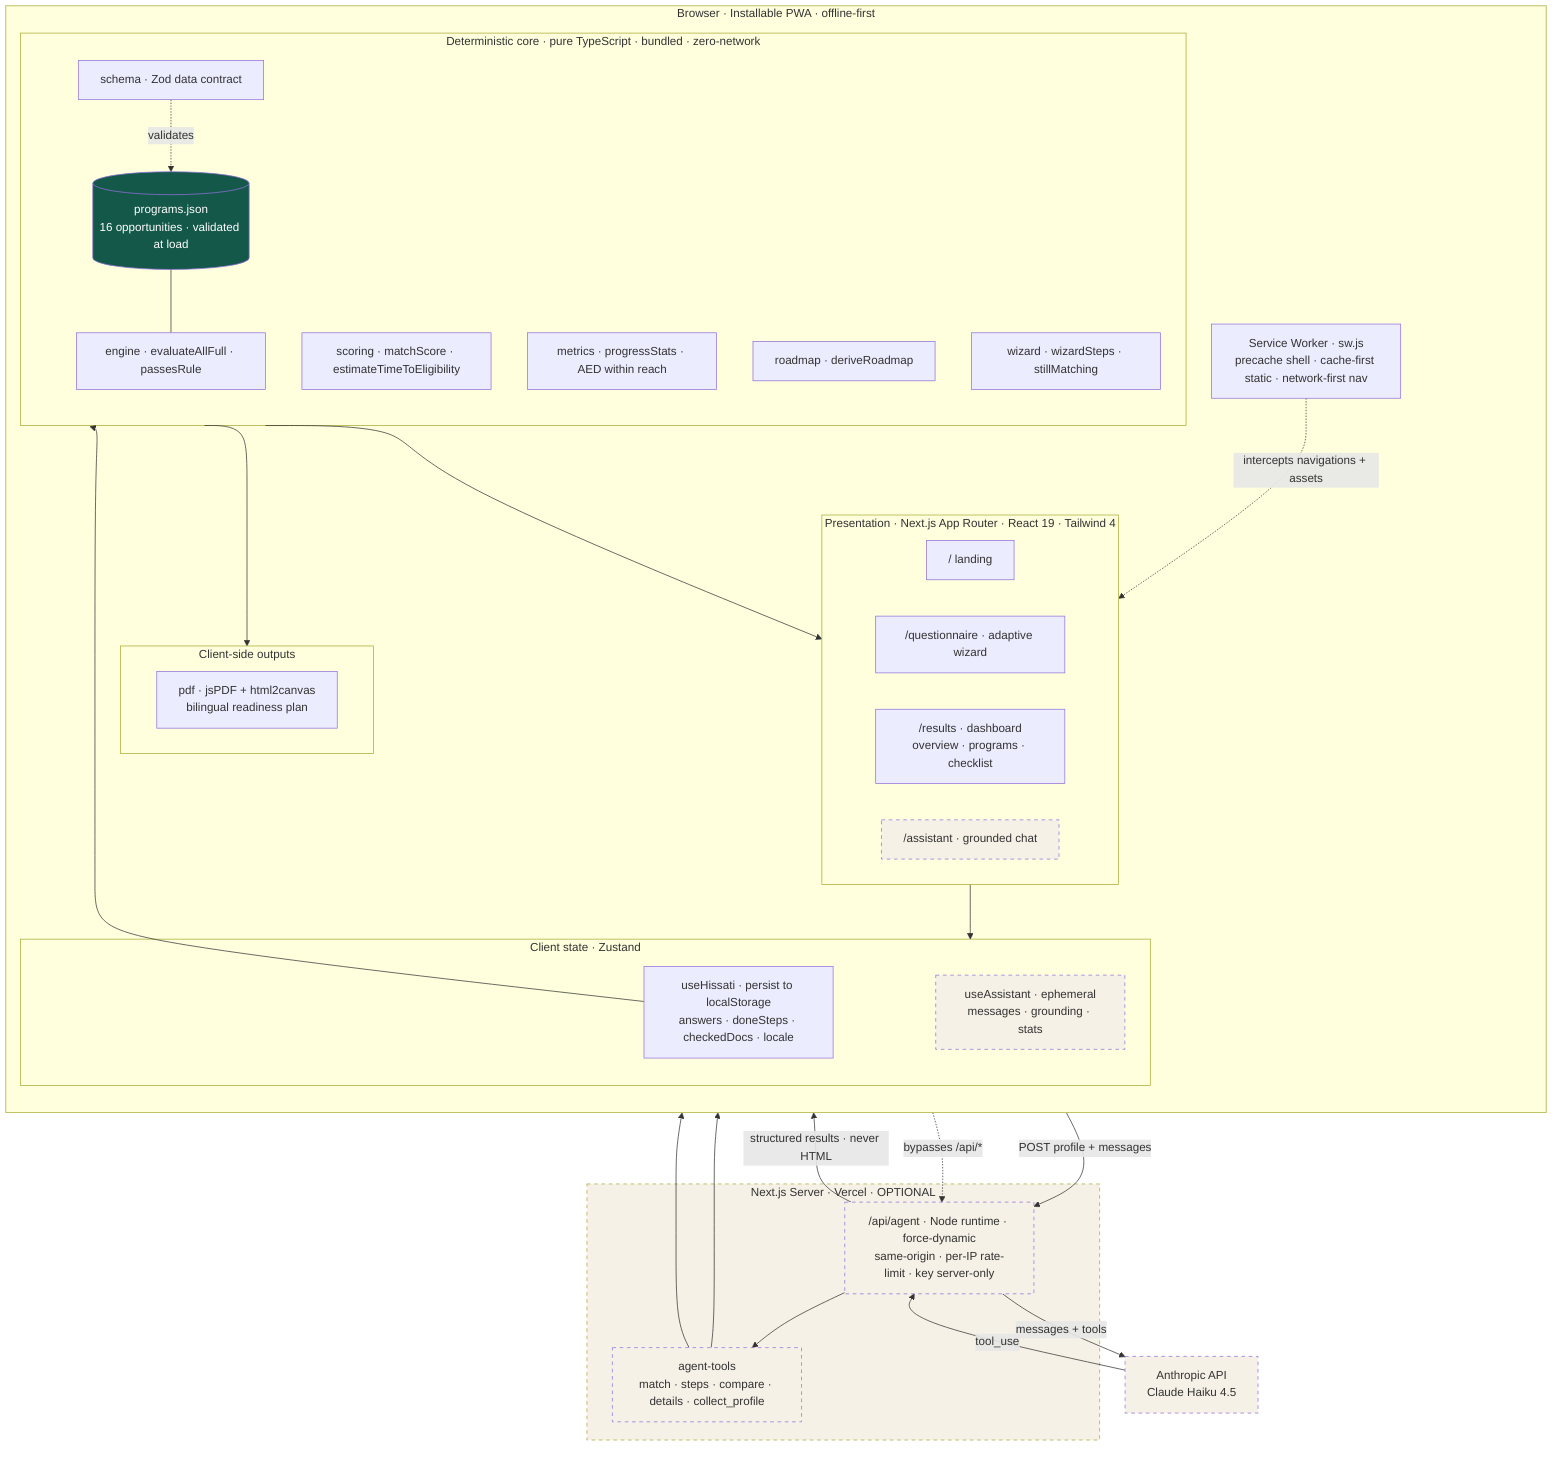
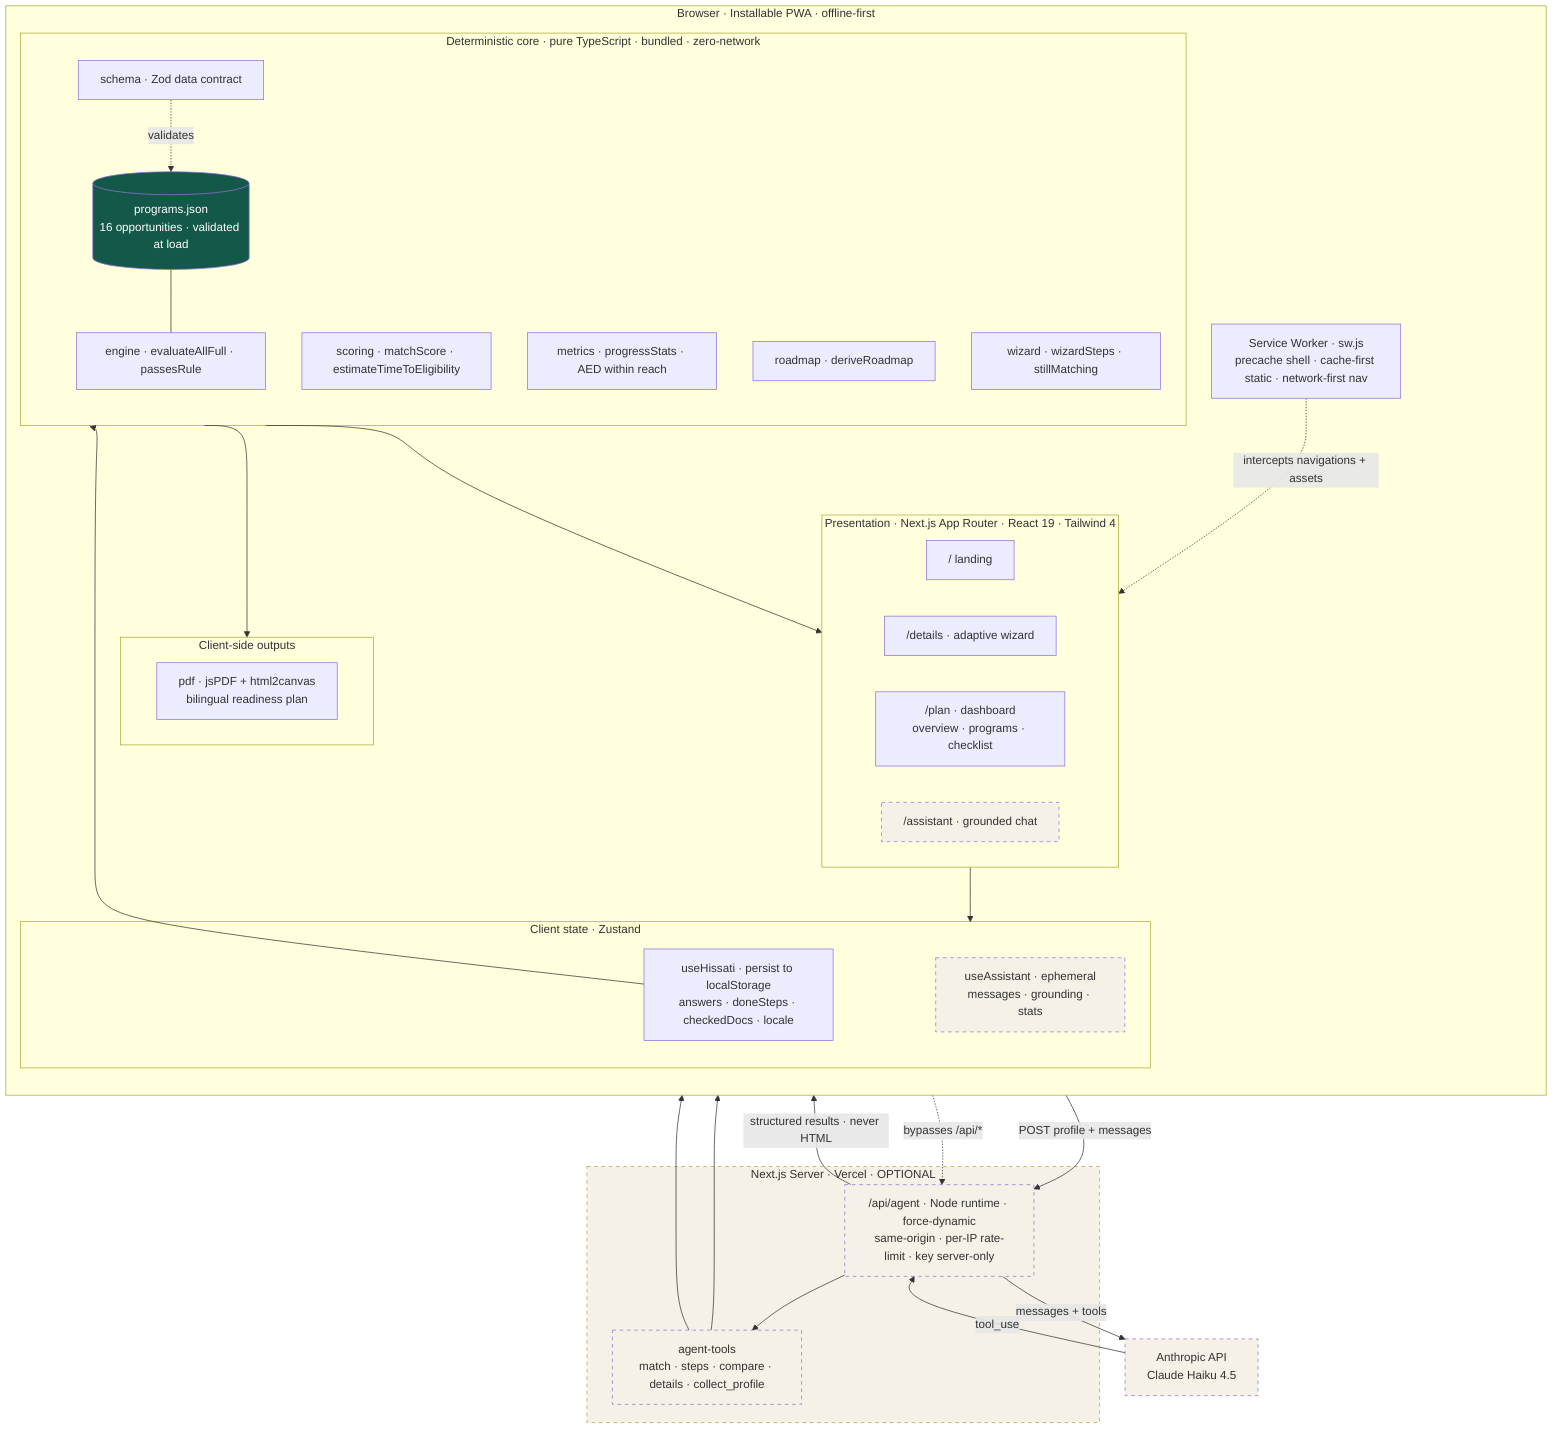
%% Hissati — System Architecture
%% Offline-first PWA with a pure deterministic core; one optional, server-only egress.
flowchart TB
  subgraph CLIENT["Browser · Installable PWA · offline-first"]
    direction TB

    subgraph UI["Presentation · Next.js App Router · React 19 · Tailwind 4"]
      L["/ landing"]
-       Q["/questionnaire · adaptive wizard"]
-       R["/results · dashboard<br/>overview · programs · checklist"]
+       Q["/details · adaptive wizard"]
+       R["/plan · dashboard<br/>overview · programs · checklist"]
      A["/assistant · grounded chat"]
    end

    subgraph STATE["Client state · Zustand"]
      HS["useHissati · persist to localStorage<br/>answers · doneSteps · checkedDocs · locale"]
      AS["useAssistant · ephemeral<br/>messages · grounding · stats"]
    end

    subgraph CORE["Deterministic core · pure TypeScript · bundled · zero-network"]
      ENG["engine · evaluateAllFull · passesRule"]
      SCO["scoring · matchScore · estimateTimeToEligibility"]
      MET["metrics · progressStats · AED within reach"]
      ROAD["roadmap · deriveRoadmap"]
      WIZ["wizard · wizardSteps · stillMatching"]
      SCH["schema · Zod data contract"]
      KB[("programs.json<br/>16 opportunities · validated at load")]
    end

    subgraph OUT["Client-side outputs"]
      PDF["pdf · jsPDF + html2canvas<br/>bilingual readiness plan"]
    end

    SW["Service Worker · sw.js<br/>precache shell · cache-first static · network-first nav"]
  end

  subgraph SERVER["Next.js Server · Vercel · OPTIONAL"]
    API["/api/agent · Node runtime · force-dynamic<br/>same-origin · per-IP rate-limit · key server-only"]
    TOOLS["agent-tools<br/>match · steps · compare · details · collect_profile"]
  end

  EXT["Anthropic API<br/>Claude Haiku 4.5"]

  UI --> STATE
  HS --> CORE
  CORE --> UI
  CORE --> OUT
  KB --- ENG
  SCH -. validates .-> KB

  AS -->|POST profile + messages| API
  API -->|messages + tools| EXT
  EXT -->|tool_use| API
  API --> TOOLS
  TOOLS --> ENG
  TOOLS --> KB
  API -->|structured results · never HTML| AS

  SW -. intercepts navigations + assets .-> UI
  SW -. bypasses /api/* .-> API

  classDef opt stroke-dasharray:5 5,fill:#f6f1e7;
  class SERVER,API,TOOLS,EXT,A,AS opt;
  classDef kb fill:#14584a,color:#ffffff;
  class KB kb;
